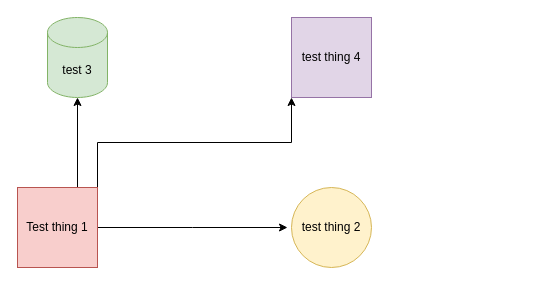
CBeelen/amicable_numbers keeps this draw.io diagram as Test-diagram.drawio. Above is the earlier version. Source tidied: cells renumbered, new cells numbered last; positions are measured from the earlier drawing's top-left corner, leaving out a move shared by most shapes. Both pictures are drawn from the tidied source at 100%, with x=0, y=0 at pixel (17, 17).
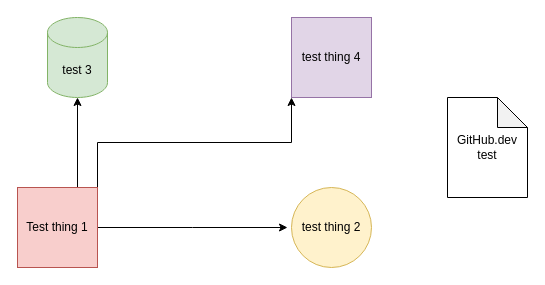
The same page after the edit.

Change to the diagram source:
```diff
@@
 <mxGraphModel>
   <root>
     <mxCell id="0" />
     <mxCell id="1" parent="0" />
     <mxCell id="2" style="edgeStyle=orthogonalEdgeStyle;rounded=0;jettySize=auto;html=1;exitX=1;exitY=0.5;exitDx=0;exitDy=0;" parent="1" edge="1" source="5">
       <mxGeometry relative="1" as="geometry">
         <mxPoint x="270" y="210" as="targetPoint" />
       </mxGeometry>
     </mxCell>
     <mxCell id="3" style="edgeStyle=orthogonalEdgeStyle;rounded=0;jettySize=auto;html=1;exitX=0.75;exitY=0;exitDx=0;exitDy=0;" parent="1" edge="1" source="5" target="7">
       <mxGeometry relative="1" as="geometry" />
     </mxCell>
     <mxCell id="4" style="edgeStyle=orthogonalEdgeStyle;rounded=0;jettySize=auto;html=1;exitX=1;exitY=0;exitDx=0;exitDy=0;entryX=0;entryY=1;entryDx=0;entryDy=0;" parent="1" edge="1" source="5" target="8">
       <mxGeometry relative="1" as="geometry" />
     </mxCell>
     <mxCell id="5" value="Test thing 1" style="whiteSpace=wrap;html=1;fillColor=#f8cecc;strokeColor=#b85450;" parent="1" vertex="1">
       <mxGeometry y="170" width="80" height="80" as="geometry" />
     </mxCell>
     <mxCell id="6" value="test thing 2" style="ellipse;whiteSpace=wrap;html=1;fillColor=#fff2cc;strokeColor=#d6b656;" parent="1" vertex="1">
       <mxGeometry x="274" y="170" width="80" height="80" as="geometry" />
     </mxCell>
     <mxCell id="7" value="test 3" style="shape=cylinder3;whiteSpace=wrap;html=1;boundedLbl=1;backgroundOutline=1;size=15;fillColor=#d5e8d4;strokeColor=#82b366;" parent="1" vertex="1">
       <mxGeometry x="30" width="60" height="80" as="geometry" />
     </mxCell>
     <mxCell id="8" value="test thing 4" style="whiteSpace=wrap;html=1;fillColor=#e1d5e7;strokeColor=#9673a6;" parent="1" vertex="1">
       <mxGeometry x="274" width="80" height="80" as="geometry" />
     </mxCell>
+    <mxCell id="9" value="GitHub.dev test" style="shape=note;whiteSpace=wrap;html=1;backgroundOutline=1;darkOpacity=0.05;" parent="1" vertex="1">
+      <mxGeometry x="430" y="80" width="80" height="100" as="geometry" />
+    </mxCell>
   </root>
 </mxGraphModel>
```
